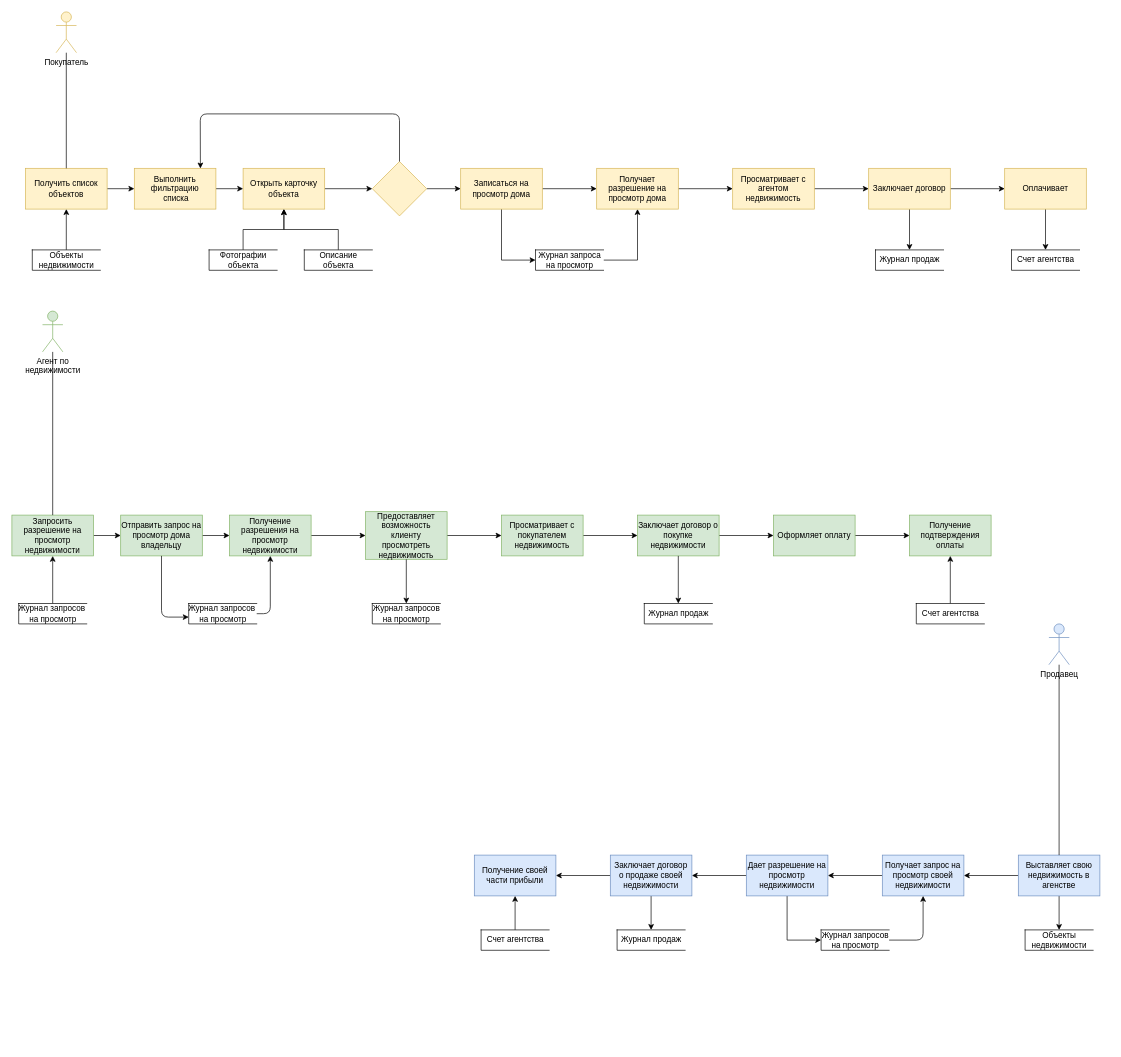
Earlier version of the draw.io diagram page "Page-1" (1 of 2) of Untitled Diagram.drawio (aleksey899/Boom21). Source tidied: cells renumbered, new cells numbered last; positions are measured from the earlier drawing's top-left corner, leaving out a move shared by most shapes. Both pictures are drawn from the tidied source at 68%, with x=0, y=0 at pixel (12, 12).
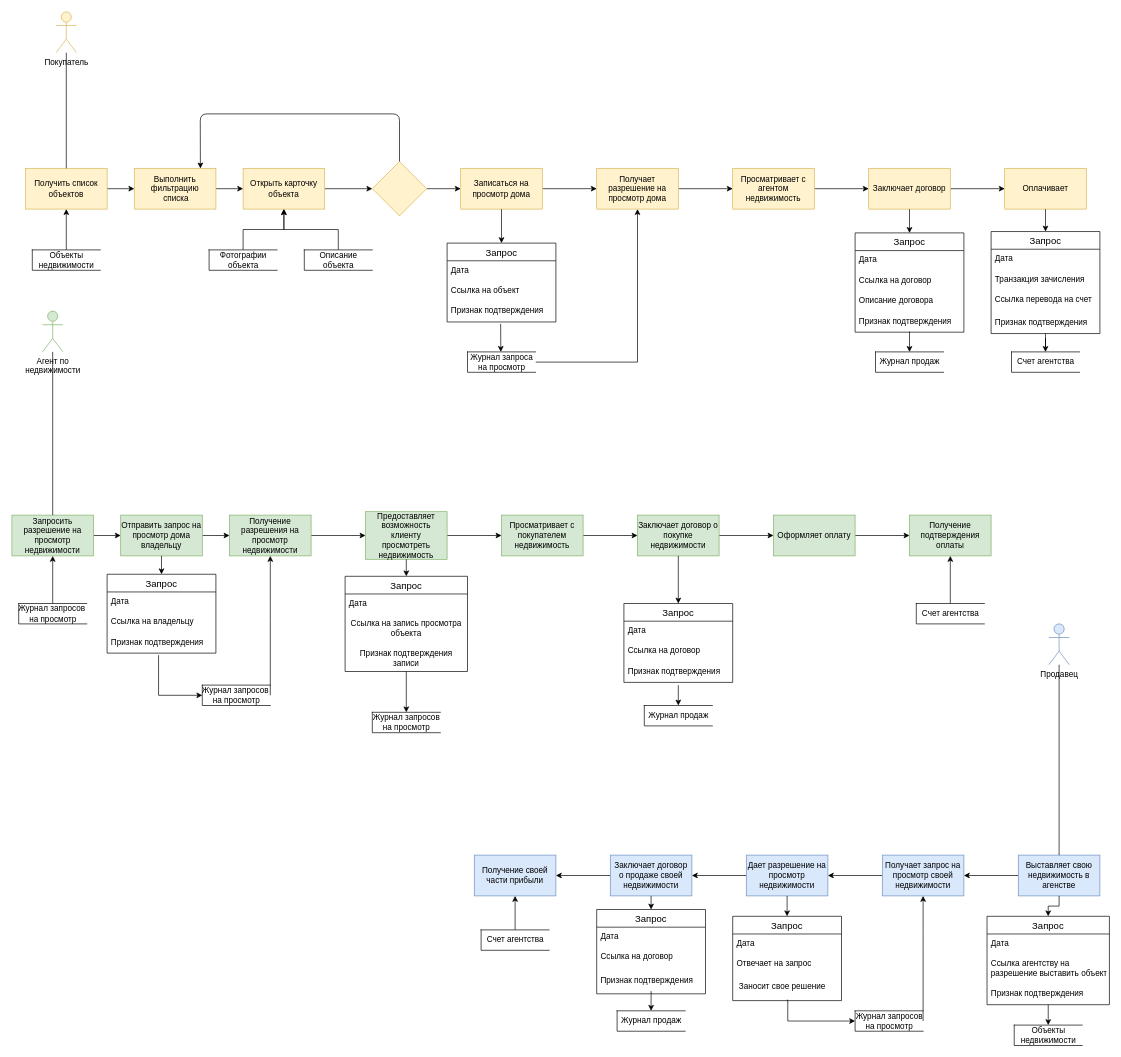
Above is the later version.

Commit message:
DFD/sush

The change refers to these unchanged cells:
```xml
<mxCell id="11" value="Записаться на просмотр дома" style="rounded=0;whiteSpace=wrap;html=1;fillColor=#fff2cc;strokeColor=#d6b656;" parent="1" vertex="1">
  <mxGeometry x="660" y="230" width="120" height="60" as="geometry" />
</mxCell>
<mxCell id="28" value="Отправить запрос на просмотр дома владельцу" style="rounded=0;whiteSpace=wrap;html=1;fillColor=#d5e8d4;strokeColor=#82b366;" parent="1" vertex="1">
  <mxGeometry x="160" y="740" width="120" height="60" as="geometry" />
</mxCell>
<mxCell id="37" value="Выставляет свою&lt;br&gt;недвижимость в агенстве" style="rounded=0;whiteSpace=wrap;html=1;fillColor=#dae8fc;strokeColor=#6c8ebf;" parent="1" vertex="1">
  <mxGeometry x="1480" y="1240" width="120" height="60" as="geometry" />
</mxCell>
<mxCell id="44" value="Дает разрешение на просмотр недвижимости" style="whiteSpace=wrap;html=1;rounded=0;fillColor=#dae8fc;strokeColor=#6c8ebf;" parent="1" vertex="1">
  <mxGeometry x="1080" y="1240" width="120" height="60" as="geometry" />
</mxCell>
<mxCell id="47" value="Заключает договор&lt;br&gt;о продаже своей недвижимости" style="whiteSpace=wrap;html=1;rounded=0;strokeColor=#6c8ebf;fillColor=#dae8fc;" parent="1" vertex="1">
  <mxGeometry x="880" y="1240" width="120" height="60" as="geometry" />
</mxCell>
<mxCell id="50" value="Предоставляет возможность клиенту просмотреть недвижимость" style="whiteSpace=wrap;html=1;rounded=0;strokeColor=#82b366;fillColor=#d5e8d4;" parent="1" vertex="1">
  <mxGeometry x="520" y="735" width="120" height="70" as="geometry" />
</mxCell>
<mxCell id="57" value="Заключает договор" style="whiteSpace=wrap;html=1;rounded=0;strokeColor=#d6b656;fillColor=#fff2cc;" parent="1" vertex="1">
  <mxGeometry x="1260" y="230" width="120" height="60" as="geometry" />
</mxCell>
<mxCell id="60" value="Оплачивает" style="whiteSpace=wrap;html=1;rounded=0;strokeColor=#d6b656;fillColor=#fff2cc;" parent="1" vertex="1">
  <mxGeometry x="1460" y="230" width="120" height="60" as="geometry" />
</mxCell>
```

The edit, as a diff of the source:
```diff
@@
-    <mxCell id="10" style="edgeStyle=orthogonalEdgeStyle;rounded=0;jettySize=auto;html=1;exitX=0.5;exitY=1;exitDx=0;exitDy=0;entryX=0;entryY=0.5;entryDx=0;entryDy=0;" parent="1" edge="1" source="11" target="23">
-      <mxGeometry relative="1" as="geometry" />
-    </mxCell>
@@
     <mxCell id="23" value="Журнал запроса &lt;br&gt;на просмотр" style="html=1;dashed=0;whitespace=wrap;shape=partialRectangle;right=0;" parent="1" vertex="1">
-      <mxGeometry x="770" y="350" width="100" height="30" as="geometry" />
+      <mxGeometry x="670" y="500" width="100" height="30" as="geometry" />
     </mxCell>
@@
-    <mxCell id="36" style="edgeStyle=orthogonalEdgeStyle;rounded=0;jettySize=auto;html=1;" parent="1" edge="1" source="37" target="41">
-      <mxGeometry relative="1" as="geometry" />
-    </mxCell>
@@
     <mxCell id="41" value="Объекты &lt;br&gt;недвижимости" style="html=1;dashed=0;whitespace=wrap;shape=partialRectangle;right=0;" parent="1" vertex="1">
-      <mxGeometry x="1490" y="1350" width="100" height="30" as="geometry" />
+      <mxGeometry x="1474" y="1490" width="100" height="30" as="geometry" />
     </mxCell>
-    <mxCell id="42" style="edgeStyle=orthogonalEdgeStyle;rounded=0;jettySize=auto;html=1;entryX=0;entryY=0.5;entryDx=0;entryDy=0;" parent="1" edge="1" source="44" target="79">
-      <mxGeometry relative="1" as="geometry" />
-    </mxCell>
@@
-    <mxCell id="45" style="edgeStyle=orthogonalEdgeStyle;rounded=0;jettySize=auto;html=1;" parent="1" edge="1" source="47" target="48">
-      <mxGeometry relative="1" as="geometry" />
-    </mxCell>
@@
     <mxCell id="48" value="Журнал продаж" style="html=1;dashed=0;whitespace=wrap;shape=partialRectangle;right=0;" parent="1" vertex="1">
-      <mxGeometry x="890" y="1350" width="100" height="30" as="geometry" />
+      <mxGeometry x="890" y="1469" width="100" height="30" as="geometry" />
     </mxCell>
@@
-    <mxCell id="55" style="edgeStyle=orthogonalEdgeStyle;rounded=0;jettySize=auto;html=1;" parent="1" edge="1" source="57" target="58">
-      <mxGeometry relative="1" as="geometry" />
-    </mxCell>
@@
     <mxCell id="58" value="Журнал продаж" style="html=1;dashed=0;whitespace=wrap;shape=partialRectangle;right=0;" parent="1" vertex="1">
-      <mxGeometry x="1270" y="350" width="100" height="30" as="geometry" />
+      <mxGeometry x="1270" y="500" width="100" height="30" as="geometry" />
     </mxCell>
-    <mxCell id="59" style="edgeStyle=orthogonalEdgeStyle;rounded=0;jettySize=auto;html=1;" parent="1" edge="1" source="60" target="61">
-      <mxGeometry relative="1" as="geometry" />
-    </mxCell>
@@
     <mxCell id="61" value="Счет агентства" style="html=1;dashed=0;whitespace=wrap;shape=partialRectangle;right=0;" parent="1" vertex="1">
-      <mxGeometry x="1470" y="350" width="100" height="30" as="geometry" />
+      <mxGeometry x="1470" y="500" width="100" height="30" as="geometry" />
     </mxCell>
@@
     <mxCell id="74" value="Журнал продаж" style="html=1;dashed=0;whitespace=wrap;shape=partialRectangle;right=0;" parent="1" vertex="1">
-      <mxGeometry x="930" y="870" width="100" height="30" as="geometry" />
+      <mxGeometry x="930" y="1020" width="100" height="30" as="geometry" />
     </mxCell>
@@
     <mxCell id="76" value="Журнал запросов&amp;nbsp;&lt;br&gt;на просмотр" style="html=1;dashed=0;whitespace=wrap;shape=partialRectangle;right=0;" parent="1" vertex="1">
-      <mxGeometry x="260" y="870" width="100" height="30" as="geometry" />
+      <mxGeometry x="280" y="990" width="100" height="30" as="geometry" />
     </mxCell>
@@
-    <mxCell id="78" style="endArrow=classic;html=1;exitX=0.5;exitY=1;exitDx=0;exitDy=0;" parent="1" edge="1" source="28">
-      <mxGeometry relative="1" as="geometry">
-        <mxPoint x="260" y="890" as="targetPoint" />
-        <Array as="points">
-          <mxPoint x="220" y="890" />
-        </Array>
-      </mxGeometry>
-    </mxCell>
     <mxCell id="79" value="Журнал запросов&lt;br&gt;на просмотр" style="html=1;dashed=0;whitespace=wrap;shape=partialRectangle;right=0;" parent="1" vertex="1">
-      <mxGeometry x="1190" y="1350" width="100" height="30" as="geometry" />
+      <mxGeometry x="1240" y="1469" width="100" height="30" as="geometry" />
     </mxCell>
@@
-    <mxCell id="81" style="endArrow=classic;html=1;" parent="1" edge="1" source="50" target="82">
-      <mxGeometry relative="1" as="geometry" />
-    </mxCell>
     <mxCell id="82" value="Журнал запросов&lt;br&gt;на просмотр" style="html=1;dashed=0;whitespace=wrap;shape=partialRectangle;right=0;direction=east;" parent="1" vertex="1">
-      <mxGeometry x="530" y="870" width="100" height="30" as="geometry" />
+      <mxGeometry x="530" y="1030" width="100" height="30" as="geometry" />
     </mxCell>
+    <mxCell id="83" value="Запрос" style="swimlane;fontStyle=0;horizontal=1;startSize=26;align=center;fontSize=14;" parent="1" vertex="1">
+      <mxGeometry x="640" y="340" width="160" height="116" as="geometry" />
+    </mxCell>
+    <mxCell id="84" value="Дата" style="text;strokeColor=none;fillColor=none;spacingLeft=4;spacingRight=4;overflow=hidden;fontSize=12;" parent="83" vertex="1">
+      <mxGeometry y="26" width="160" height="30" as="geometry" />
+    </mxCell>
+    <mxCell id="85" value="Ссылка на объект" style="text;strokeColor=none;fillColor=none;spacingLeft=4;spacingRight=4;overflow=hidden;fontSize=12;" parent="83" vertex="1">
+      <mxGeometry y="56" width="160" height="30" as="geometry" />
+    </mxCell>
+    <mxCell id="86" value="Признак подтверждения" style="text;strokeColor=none;fillColor=none;spacingLeft=4;spacingRight=4;overflow=hidden;points=[[0,0.5],[1,0.5]];portConstraint=eastwest;fontSize=12;" parent="83" vertex="1">
+      <mxGeometry y="86" width="160" height="30" as="geometry" />
+    </mxCell>
+    <mxCell id="87" style="endArrow=classic;html=1;rounded=0;exitX=0.5;exitY=1;exitDx=0;exitDy=0;entryX=0.5;entryY=0;entryDx=0;entryDy=0;" parent="1" edge="1" source="11" target="83">
+      <mxGeometry relative="1" as="geometry" />
+    </mxCell>
+    <mxCell id="88" style="endArrow=classic;html=1;rounded=0;exitX=0.492;exitY=1.093;exitDx=0;exitDy=0;exitPerimeter=0;" parent="1" edge="1" source="86">
+      <mxGeometry relative="1" as="geometry">
+        <mxPoint x="719" y="500" as="targetPoint" />
+      </mxGeometry>
+    </mxCell>
+    <mxCell id="89" value="Запрос" style="swimlane;fontStyle=0;horizontal=1;startSize=26;align=center;fontSize=14;" parent="1" vertex="1">
+      <mxGeometry x="900" y="870" width="160" height="116" as="geometry" />
+    </mxCell>
+    <mxCell id="90" value="Дата" style="text;strokeColor=none;fillColor=none;spacingLeft=4;spacingRight=4;overflow=hidden;fontSize=12;" parent="89" vertex="1">
+      <mxGeometry y="26" width="160" height="30" as="geometry" />
+    </mxCell>
+    <mxCell id="91" value="Ссылка на договор" style="text;strokeColor=none;fillColor=none;spacingLeft=4;spacingRight=4;overflow=hidden;fontSize=12;" parent="89" vertex="1">
+      <mxGeometry y="56" width="160" height="30" as="geometry" />
+    </mxCell>
+    <mxCell id="92" value="Признак подтверждения" style="text;strokeColor=none;fillColor=none;spacingLeft=4;spacingRight=4;overflow=hidden;fontSize=12;" parent="89" vertex="1">
+      <mxGeometry y="86" width="160" height="30" as="geometry" />
+    </mxCell>
+    <mxCell id="93" style="endArrow=classic;html=1;rounded=0;entryX=0.5;entryY=0;entryDx=0;entryDy=0;" parent="1" edge="1" target="74">
+      <mxGeometry relative="1" as="geometry">
+        <mxPoint x="980" y="990" as="sourcePoint" />
+      </mxGeometry>
+    </mxCell>
+    <mxCell id="94" value="Запрос" style="swimlane;fontStyle=0;horizontal=1;startSize=26;align=center;fontSize=14;" parent="1" vertex="1">
+      <mxGeometry x="1240" y="325" width="160" height="146" as="geometry" />
+    </mxCell>
+    <mxCell id="95" value="Дата" style="text;strokeColor=none;fillColor=none;spacingLeft=4;spacingRight=4;overflow=hidden;fontSize=12;" parent="94" vertex="1">
+      <mxGeometry y="26" width="160" height="30" as="geometry" />
+    </mxCell>
+    <mxCell id="96" value="Ссылка на договор" style="text;strokeColor=none;fillColor=none;spacingLeft=4;spacingRight=4;overflow=hidden;fontSize=12;" parent="94" vertex="1">
+      <mxGeometry y="56" width="160" height="30" as="geometry" />
+    </mxCell>
+    <mxCell id="97" value="Описание договора" style="text;strokeColor=none;fillColor=none;spacingLeft=4;spacingRight=4;overflow=hidden;fontSize=12;" parent="94" vertex="1">
+      <mxGeometry y="86" width="160" height="30" as="geometry" />
+    </mxCell>
+    <mxCell id="98" value="Признак подтверждения" style="text;strokeColor=none;fillColor=none;spacingLeft=4;spacingRight=4;overflow=hidden;fontSize=12;" parent="94" vertex="1">
+      <mxGeometry y="116" width="160" height="30" as="geometry" />
+    </mxCell>
+    <mxCell id="99" style="endArrow=classic;html=1;rounded=0;exitX=0.5;exitY=1;exitDx=0;exitDy=0;entryX=0.5;entryY=0;entryDx=0;entryDy=0;" parent="1" edge="1" source="57" target="94">
+      <mxGeometry relative="1" as="geometry" />
+    </mxCell>
+    <mxCell id="100" style="endArrow=classic;html=1;rounded=0;entryX=0.5;entryY=0;entryDx=0;entryDy=0;" parent="1" edge="1" target="58">
+      <mxGeometry relative="1" as="geometry">
+        <mxPoint x="1320" y="470" as="sourcePoint" />
+      </mxGeometry>
+    </mxCell>
+    <mxCell id="101" style="edgeStyle=orthogonalEdgeStyle;rounded=0;jettySize=auto;html=1;" parent="1" edge="1" source="102" target="61">
+      <mxGeometry relative="1" as="geometry" />
+    </mxCell>
+    <mxCell id="102" value="Запрос" style="swimlane;fontStyle=0;horizontal=1;startSize=26;align=center;fontSize=14;" parent="1" vertex="1">
+      <mxGeometry x="1440" y="323" width="160" height="150" as="geometry" />
+    </mxCell>
+    <mxCell id="103" value="Дата" style="text;strokeColor=none;fillColor=none;spacingLeft=4;spacingRight=4;overflow=hidden;fontSize=12;" parent="102" vertex="1">
+      <mxGeometry y="26" width="160" height="30" as="geometry" />
+    </mxCell>
+    <mxCell id="104" value="Транзакция зачисления" style="text;strokeColor=none;fillColor=none;spacingLeft=4;spacingRight=4;overflow=hidden;fontSize=12;" parent="102" vertex="1">
+      <mxGeometry y="56" width="160" height="30" as="geometry" />
+    </mxCell>
+    <mxCell id="105" value="Ссылка перевода на счет " style="text;strokeColor=none;fillColor=none;spacingLeft=4;spacingRight=4;overflow=hidden;fontSize=12;" parent="102" vertex="1">
+      <mxGeometry y="86" width="160" height="34" as="geometry" />
+    </mxCell>
+    <mxCell id="106" value="Признак подтверждения" style="text;strokeColor=none;fillColor=none;spacingLeft=4;spacingRight=4;overflow=hidden;fontSize=12;" parent="102" vertex="1">
+      <mxGeometry y="120" width="160" height="30" as="geometry" />
+    </mxCell>
+    <mxCell id="107" style="endArrow=classic;html=1;rounded=0;exitX=0.5;exitY=1;exitDx=0;exitDy=0;entryX=0.5;entryY=0;entryDx=0;entryDy=0;" parent="1" edge="1" source="60" target="102">
+      <mxGeometry relative="1" as="geometry" />
+    </mxCell>
+    <mxCell id="108" value="Запрос" style="swimlane;fontStyle=0;horizontal=1;startSize=26;align=center;fontSize=14;" parent="1" vertex="1">
+      <mxGeometry x="490" y="830" width="180" height="140" as="geometry" />
+    </mxCell>
+    <mxCell id="109" value="Дата" style="text;strokeColor=none;fillColor=none;spacingLeft=4;spacingRight=4;overflow=hidden;fontSize=12;" parent="108" vertex="1">
+      <mxGeometry y="26" width="180" height="30" as="geometry" />
+    </mxCell>
+    <mxCell id="110" value="Ссылка на запись просмотра&#10;объекта" style="text;strokeColor=none;fillColor=none;spacingLeft=4;spacingRight=4;overflow=hidden;fontSize=12;align=center;" parent="108" vertex="1">
+      <mxGeometry y="56" width="180" height="44" as="geometry" />
+    </mxCell>
+    <mxCell id="111" value="Признак подтверждения &#10;записи" style="text;strokeColor=none;fillColor=none;spacingLeft=4;spacingRight=4;overflow=hidden;fontSize=12;align=center;" parent="108" vertex="1">
+      <mxGeometry y="100" width="180" height="40" as="geometry" />
+    </mxCell>
+    <mxCell id="112" style="endArrow=classic;html=1;rounded=0;exitX=0.5;exitY=1;exitDx=0;exitDy=0;entryX=0.5;entryY=0;entryDx=0;entryDy=0;" parent="1" edge="1" source="50" target="108">
+      <mxGeometry relative="1" as="geometry" />
+    </mxCell>
+    <mxCell id="113" style="endArrow=classic;html=1;rounded=0;entryX=0.5;entryY=0;entryDx=0;entryDy=0;" parent="1" edge="1" target="82">
+      <mxGeometry relative="1" as="geometry">
+        <mxPoint x="580" y="970" as="sourcePoint" />
+      </mxGeometry>
+    </mxCell>
+    <mxCell id="114" value="Запрос" style="swimlane;fontStyle=0;horizontal=1;startSize=26;align=center;fontSize=14;" parent="1" vertex="1">
+      <mxGeometry x="140" y="827" width="160" height="116" as="geometry" />
+    </mxCell>
+    <mxCell id="115" value="Дата" style="text;strokeColor=none;fillColor=none;spacingLeft=4;spacingRight=4;overflow=hidden;fontSize=12;" parent="114" vertex="1">
+      <mxGeometry y="26" width="160" height="30" as="geometry" />
+    </mxCell>
+    <mxCell id="116" value="Ссылка на владельцу" style="text;strokeColor=none;fillColor=none;spacingLeft=4;spacingRight=4;overflow=hidden;fontSize=12;" parent="114" vertex="1">
+      <mxGeometry y="56" width="160" height="30" as="geometry" />
+    </mxCell>
+    <mxCell id="117" value="Признак подтверждения" style="text;strokeColor=none;fillColor=none;spacingLeft=4;spacingRight=4;overflow=hidden;points=[[0,0.5],[1,0.5]];portConstraint=eastwest;fontSize=12;" parent="114" vertex="1">
+      <mxGeometry y="86" width="160" height="30" as="geometry" />
+    </mxCell>
+    <mxCell id="118" style="endArrow=classic;html=1;rounded=0;exitX=0.5;exitY=1;exitDx=0;exitDy=0;entryX=0.5;entryY=0;entryDx=0;entryDy=0;" parent="1" edge="1" source="28" target="114">
+      <mxGeometry relative="1" as="geometry" />
+    </mxCell>
+    <mxCell id="119" style="endArrow=classic;html=1;rounded=0;exitX=0.473;exitY=1.1;exitDx=0;exitDy=0;exitPerimeter=0;entryX=0;entryY=0.5;entryDx=0;entryDy=0;edgeStyle=orthogonalEdgeStyle;" parent="1" edge="1" source="117" target="76">
+      <mxGeometry relative="1" as="geometry">
+        <Array as="points">
+          <mxPoint x="216" y="1005" />
+        </Array>
+      </mxGeometry>
+    </mxCell>
+    <mxCell id="120" value="Запрос" style="swimlane;fontStyle=0;horizontal=1;startSize=26;align=center;fontSize=14;" parent="1" vertex="1">
+      <mxGeometry x="1434" y="1330" width="180" height="130" as="geometry" />
+    </mxCell>
+    <mxCell id="121" value="Дата" style="text;strokeColor=none;fillColor=none;spacingLeft=4;spacingRight=4;overflow=hidden;fontSize=12;" parent="120" vertex="1">
+      <mxGeometry y="26" width="180" height="30" as="geometry" />
+    </mxCell>
+    <mxCell id="122" value="Ссылка агентству на &#10;разрешение выставить объект" style="text;strokeColor=none;fillColor=none;spacingLeft=4;spacingRight=4;overflow=hidden;fontSize=12;" parent="120" vertex="1">
+      <mxGeometry y="56" width="180" height="44" as="geometry" />
+    </mxCell>
+    <mxCell id="123" value="Признак подтверждения" style="text;strokeColor=none;fillColor=none;spacingLeft=4;spacingRight=4;overflow=hidden;fontSize=12;" parent="120" vertex="1">
+      <mxGeometry y="100" width="180" height="30" as="geometry" />
+    </mxCell>
+    <mxCell id="124" style="endArrow=classic;html=1;rounded=0;exitX=0.5;exitY=1;exitDx=0;exitDy=0;entryX=0.5;entryY=0;entryDx=0;entryDy=0;edgeStyle=orthogonalEdgeStyle;" parent="1" edge="1" source="37" target="120">
+      <mxGeometry relative="1" as="geometry" />
+    </mxCell>
+    <mxCell id="125" style="endArrow=classic;html=1;rounded=0;entryX=0.5;entryY=0;entryDx=0;entryDy=0;" parent="1" edge="1" target="41">
+      <mxGeometry relative="1" as="geometry">
+        <mxPoint x="1524" y="1460" as="sourcePoint" />
+      </mxGeometry>
+    </mxCell>
+    <mxCell id="126" value="Запрос" style="swimlane;fontStyle=0;horizontal=1;startSize=26;align=center;fontSize=14;" parent="1" vertex="1">
+      <mxGeometry x="1060" y="1330" width="160" height="124" as="geometry" />
+    </mxCell>
+    <mxCell id="127" value="Дата" style="text;strokeColor=none;fillColor=none;spacingLeft=4;spacingRight=4;overflow=hidden;fontSize=12;" parent="126" vertex="1">
+      <mxGeometry y="26" width="160" height="30" as="geometry" />
+    </mxCell>
+    <mxCell id="128" value="Отвечает на запрос" style="text;strokeColor=none;fillColor=none;spacingLeft=4;spacingRight=4;overflow=hidden;fontSize=12;" parent="126" vertex="1">
+      <mxGeometry y="56" width="160" height="34" as="geometry" />
+    </mxCell>
+    <mxCell id="129" value=" Заносит свое решение" style="text;strokeColor=none;fillColor=none;spacingLeft=4;spacingRight=4;overflow=hidden;points=[[0,0.5],[1,0.5]];portConstraint=eastwest;fontSize=12;" parent="126" vertex="1">
+      <mxGeometry y="90" width="160" height="34" as="geometry" />
+    </mxCell>
+    <mxCell id="130" style="endArrow=classic;html=1;rounded=0;exitX=0.5;exitY=1;exitDx=0;exitDy=0;entryX=0.5;entryY=0;entryDx=0;entryDy=0;" parent="1" edge="1" source="44" target="126">
+      <mxGeometry relative="1" as="geometry" />
+    </mxCell>
+    <mxCell id="131" style="endArrow=classic;html=1;rounded=0;entryX=0;entryY=0.5;entryDx=0;entryDy=0;edgeStyle=orthogonalEdgeStyle;exitX=0.498;exitY=0.976;exitDx=0;exitDy=0;exitPerimeter=0;" parent="1" edge="1" source="129" target="79">
+      <mxGeometry relative="1" as="geometry">
+        <Array as="points">
+          <mxPoint x="1141" y="1453" />
+          <mxPoint x="1141" y="1484" />
+        </Array>
+      </mxGeometry>
+    </mxCell>
+    <mxCell id="132" value="Запрос" style="swimlane;fontStyle=0;horizontal=1;startSize=26;align=center;fontSize=14;" parent="1" vertex="1">
+      <mxGeometry x="860" y="1320" width="160" height="124" as="geometry" />
+    </mxCell>
+    <mxCell id="133" value="Дата" style="text;strokeColor=none;fillColor=none;spacingLeft=4;spacingRight=4;overflow=hidden;fontSize=12;" parent="132" vertex="1">
+      <mxGeometry y="26" width="160" height="30" as="geometry" />
+    </mxCell>
+    <mxCell id="134" value="Ссылка на договор " style="text;strokeColor=none;fillColor=none;spacingLeft=4;spacingRight=4;overflow=hidden;fontSize=12;" parent="132" vertex="1">
+      <mxGeometry y="56" width="160" height="34" as="geometry" />
+    </mxCell>
+    <mxCell id="135" value="Признак подтверждения" style="text;strokeColor=none;fillColor=none;spacingLeft=4;spacingRight=4;overflow=hidden;fontSize=12;" parent="132" vertex="1">
+      <mxGeometry y="90" width="160" height="34" as="geometry" />
+    </mxCell>
+    <mxCell id="136" style="endArrow=classic;html=1;rounded=0;exitX=0.5;exitY=1;exitDx=0;exitDy=0;entryX=0.5;entryY=0;entryDx=0;entryDy=0;" parent="1" edge="1" source="47" target="132">
+      <mxGeometry relative="1" as="geometry" />
+    </mxCell>
+    <mxCell id="137" style="endArrow=classic;html=1;rounded=0;entryX=0.5;entryY=0;entryDx=0;entryDy=0;" parent="1" edge="1" target="48">
+      <mxGeometry relative="1" as="geometry">
+        <mxPoint x="940" y="1440" as="sourcePoint" />
+      </mxGeometry>
+    </mxCell>
```
